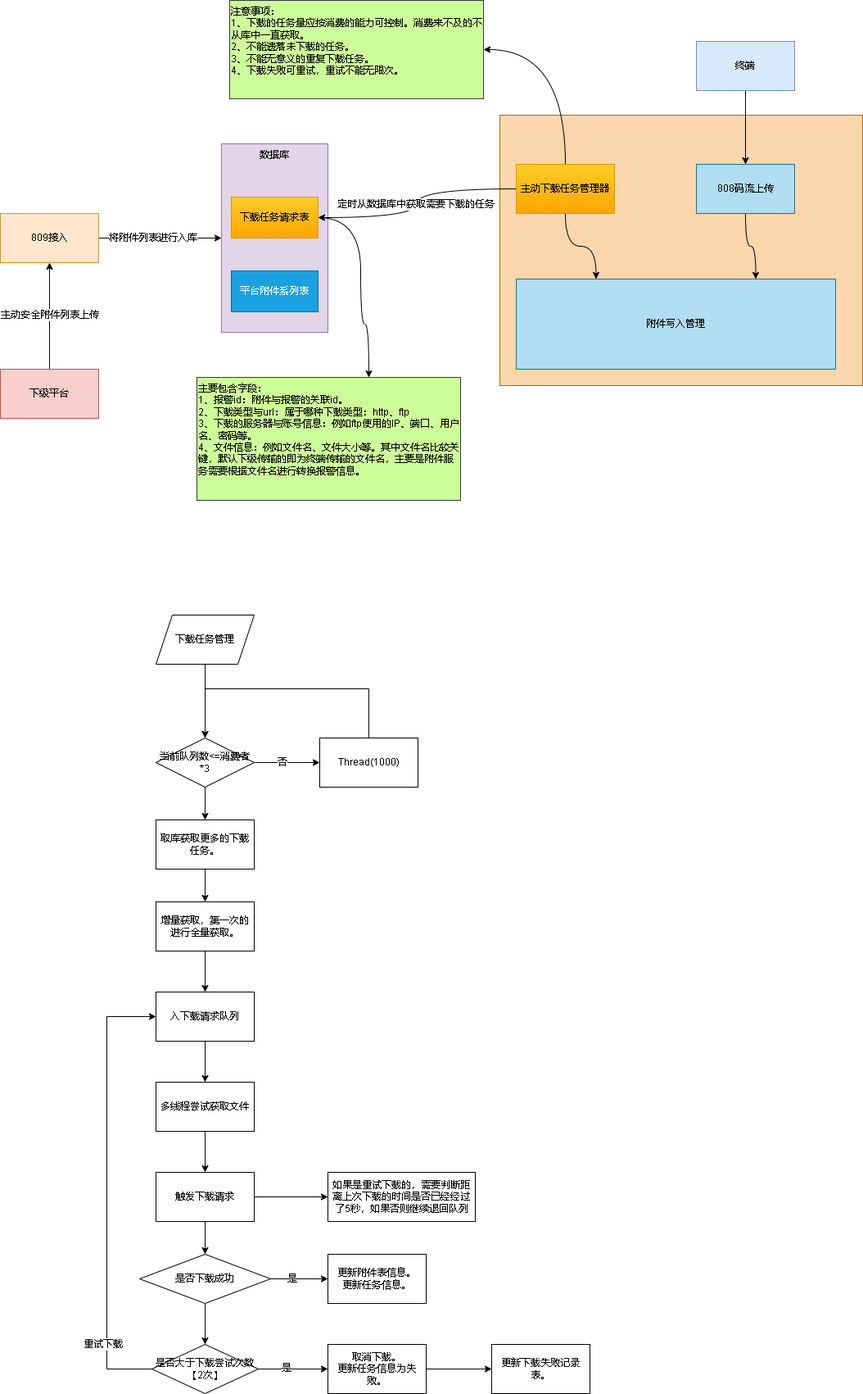
This is 809上传附件列表支持下载.drawio.png from xktder/draw, a draw.io export, as it was before one commit. Source tidied: cells renumbered, new cells last; positions are measured from the earlier drawing's top-left corner, leaving out a move shared by most shapes.
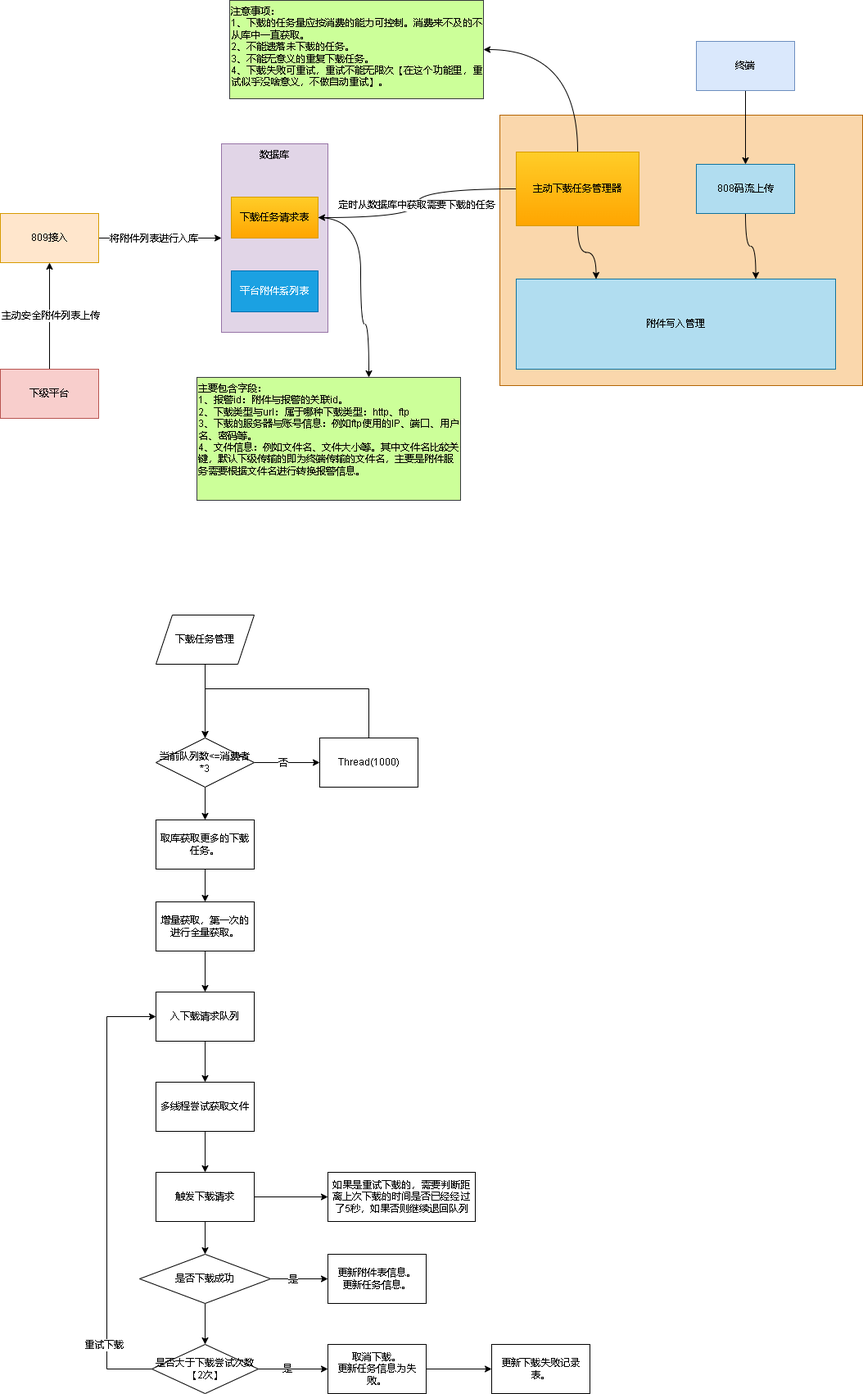
The same file after the commit.

Commit message:
更新809上传附件列表支持下载.drawio.png

The edit, as a diff of the source:
```diff
@@ -60,7 +60,7 @@
       <mxGeometry relative="1" as="geometry" />
     </mxCell>
     <mxCell id="17" value="主动下载任务管理器" style="rounded=0;whiteSpace=wrap;html=1;fillColor=#ffcd28;strokeColor=#d79b00;gradientColor=#ffa500;" parent="1" vertex="1">
-      <mxGeometry x="630" y="200" width="120" height="60" as="geometry" />
+      <mxGeometry x="630" y="185" width="150" height="90" as="geometry" />
     </mxCell>
     <mxCell id="18" value="附件写入管理" style="rounded=0;whiteSpace=wrap;html=1;fillColor=#b1ddf0;strokeColor=#10739e;" parent="1" vertex="1">
       <mxGeometry x="630" y="340" width="390" height="110" as="geometry" />
@@ -77,7 +77,7 @@
     <mxCell id="22" value="终端" style="rounded=0;whiteSpace=wrap;html=1;fillColor=#dae8fc;strokeColor=#6c8ebf;" parent="1" vertex="1">
       <mxGeometry x="850" y="50" width="120" height="60" as="geometry" />
     </mxCell>
-    <mxCell id="23" value="注意事项：&lt;br&gt;1、下载的任务量应按消费的能力可控制。消费来不及的不从库中一直获取。&lt;br&gt;2、不能遗落未下载的任务。&lt;br&gt;3、不能无意义的重复下载任务。&lt;br&gt;4、下载失败可重试，重试不能无限次。" style="rounded=0;whiteSpace=wrap;html=1;fillColor=#CCFF99;strokeColor=#36393d;verticalAlign=top;align=left;" parent="1" vertex="1">
+    <mxCell id="23" value="注意事项：&lt;br&gt;1、下载的任务量应按消费的能力可控制。消费来不及的不从库中一直获取。&lt;br&gt;2、不能遗落未下载的任务。&lt;br&gt;3、不能无意义的重复下载任务。&lt;br&gt;4、下载失败可重试，重试不能无限次【在这个功能里，重试似乎没啥意义，不做自动重试】。" style="rounded=0;whiteSpace=wrap;html=1;fillColor=#CCFF99;strokeColor=#36393d;verticalAlign=top;align=left;" parent="1" vertex="1">
       <mxGeometry x="280" width="310" height="120" as="geometry" />
     </mxCell>
     <mxCell id="24" value="主要包含字段：&lt;br&gt;1、报警id：附件与报警的关联id。&lt;br&gt;2、下载类型与url：属于哪种下载类型：http、ftp&lt;br&gt;3、下载的服务器与账号信息：例如ftp使用的IP、端口、用户名、密码等。&lt;br&gt;4、文件信息：例如文件名、文件大小等。其中文件名比较关键，默认下级传输的即为终端传输的文件名，主要是附件服务需要根据文件名进行转换报警信息。" style="rounded=0;whiteSpace=wrap;html=1;fillColor=#CCFF99;strokeColor=#36393d;verticalAlign=top;align=left;" parent="1" vertex="1">
```
